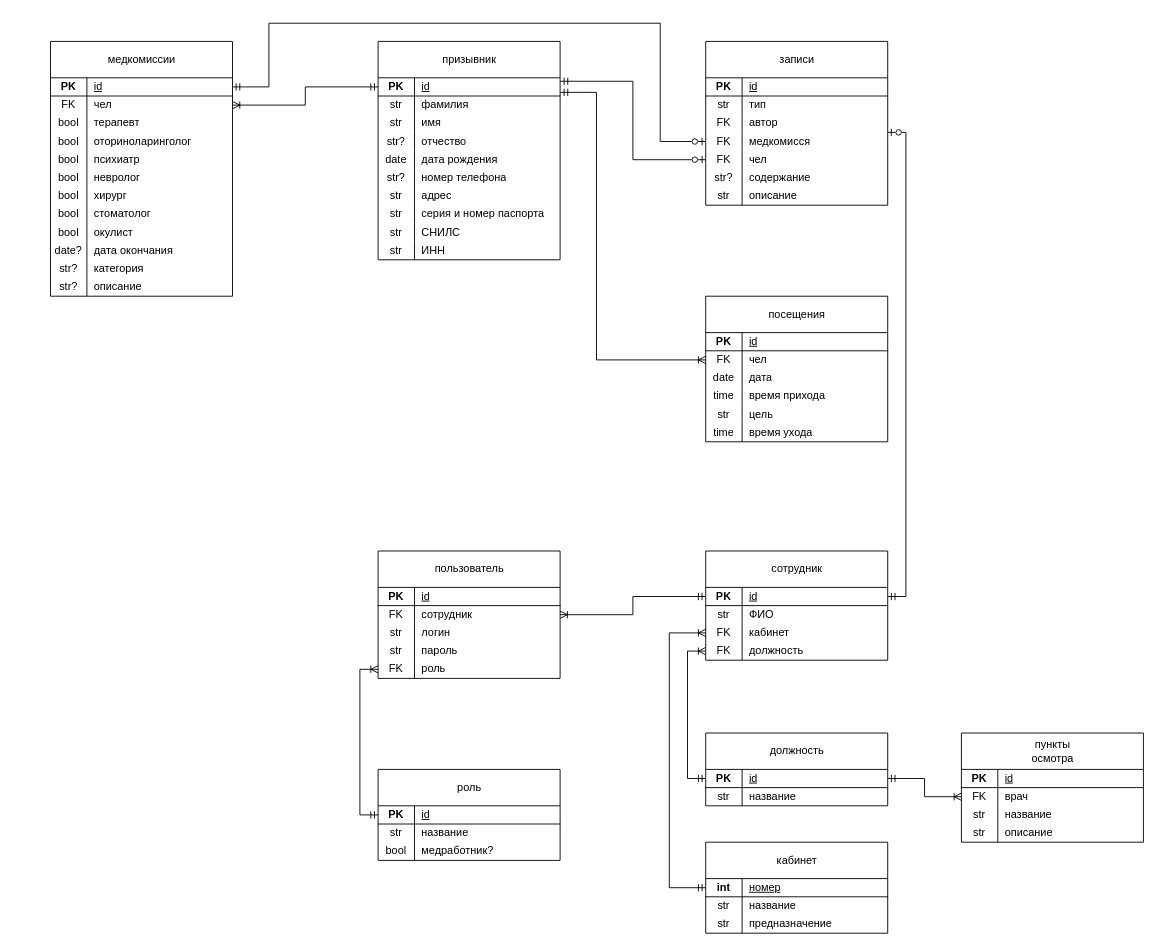
The draw.io diagram теоретическая часть/схемы/er физическая.drawio in ChesniChok/voenkomat, before the edit. Source tidied: cells renumbered, new cells numbered last; positions are measured from the earlier drawing's top-left corner, leaving out a move shared by most shapes. Both pictures are drawn from the tidied source at 91%, with x=0, y=0 at pixel (50, 23).
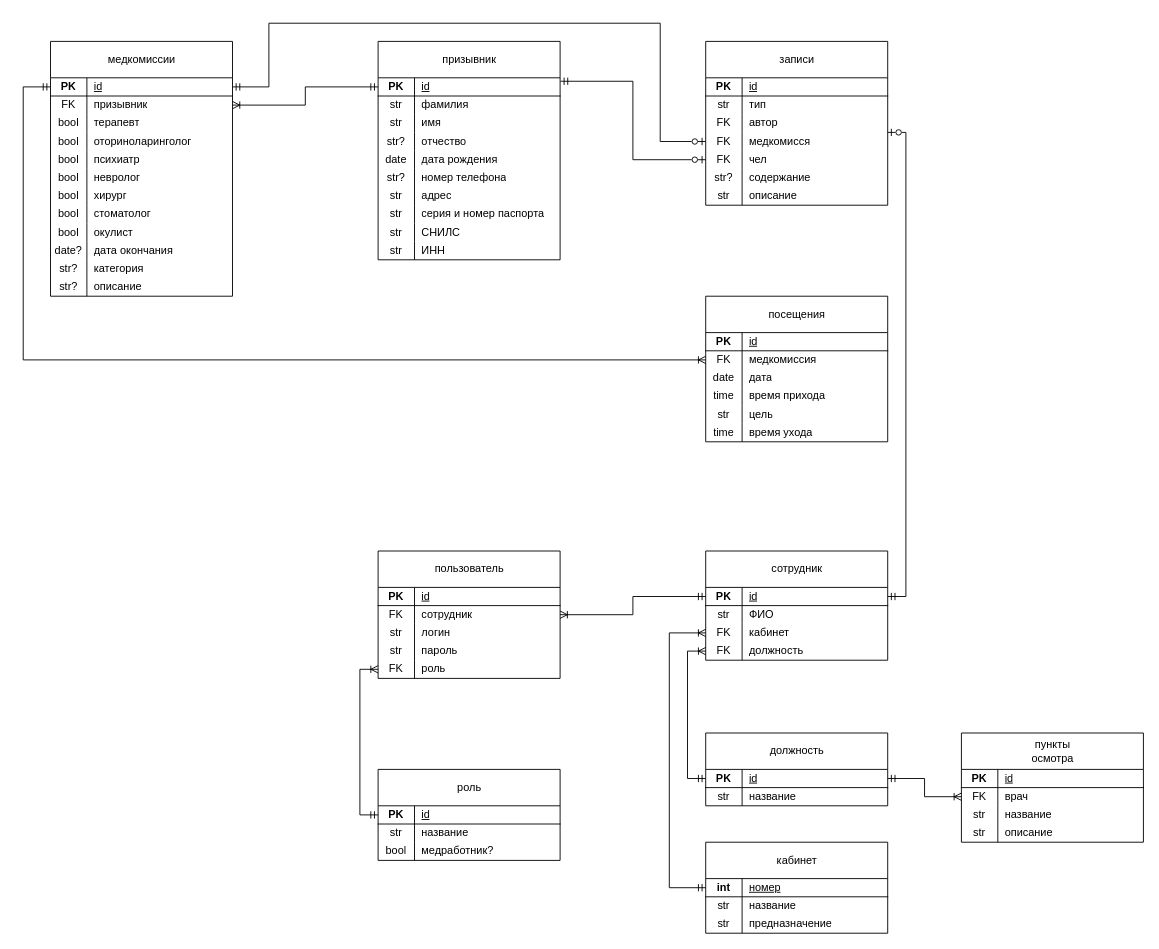
The same page after the edit.

Unchanged cells that the change refers to:
```xml
<mxCell id="3" style="shape=tableRow;horizontal=0;startSize=0;swimlaneHead=0;swimlaneBody=0;fillColor=none;points=[[0,0.5],[1,0.5]];portConstraint=eastwest;top=0;left=0;right=0;bottom=1;" parent="2" vertex="1">
  <mxGeometry y="40" width="200" height="20" as="geometry" />
</mxCell>
<mxCell id="6" style="shape=tableRow;horizontal=0;startSize=0;swimlaneHead=0;swimlaneBody=0;fillColor=none;points=[[0,0.5],[1,0.5]];portConstraint=eastwest;top=0;left=0;right=0;bottom=0;" parent="2" vertex="1">
  <mxGeometry y="60" width="200" height="20" as="geometry" />
</mxCell>
<mxCell id="40" style="shape=tableRow;horizontal=0;startSize=0;swimlaneHead=0;swimlaneBody=0;fillColor=none;points=[[0,0.5],[1,0.5]];portConstraint=eastwest;top=0;left=0;right=0;bottom=1;" parent="39" vertex="1">
  <mxGeometry y="40" width="200" height="20" as="geometry" />
</mxCell>
<mxCell id="96" style="shape=tableRow;horizontal=0;startSize=0;swimlaneHead=0;swimlaneBody=0;fillColor=none;points=[[0,0.5],[1,0.5]];portConstraint=eastwest;top=0;left=0;right=0;bottom=0;" parent="92" vertex="1">
  <mxGeometry y="60" width="200" height="20" as="geometry" />
</mxCell>
```

The edit, as a diff of the source:
```diff
@@
-    <mxCell id="8" value="чел" style="shape=partialRectangle;fillColor=none;top=0;left=0;bottom=0;right=0;align=left;spacingLeft=6;overflow=hidden;whiteSpace=wrap;html=1;" parent="6" vertex="1">
+    <mxCell id="8" value="призывник" style="shape=partialRectangle;fillColor=none;top=0;left=0;bottom=0;right=0;align=left;spacingLeft=6;overflow=hidden;whiteSpace=wrap;html=1;" parent="6" vertex="1">
       <mxGeometry x="40" width="160" height="20" as="geometry" />
     </mxCell>
@@
-    <mxCell id="98" value="чел" style="shape=partialRectangle;fillColor=none;top=0;left=0;bottom=0;right=0;align=left;spacingLeft=6;overflow=hidden;whiteSpace=wrap;html=1;" parent="96" vertex="1">
+    <mxCell id="98" value="медкомиссия" style="shape=partialRectangle;fillColor=none;top=0;left=0;bottom=0;right=0;align=left;spacingLeft=6;overflow=hidden;whiteSpace=wrap;html=1;" parent="96" vertex="1">
       <mxGeometry x="40" width="160" height="20" as="geometry" />
     </mxCell>
@@
-    <mxCell id="170" style="edgeStyle=orthogonalEdgeStyle;rounded=0;jettySize=auto;html=1;entryX=0;entryY=0.5;entryDx=0;entryDy=0;endArrow=ERoneToMany;endFill=0;startArrow=ERmandOne;startFill=0;exitX=1.002;exitY=0.799;exitDx=0;exitDy=0;exitPerimeter=0;" parent="1" edge="1" source="40" target="96">
+    <mxCell id="170" style="edgeStyle=orthogonalEdgeStyle;rounded=0;jettySize=auto;html=1;entryX=0;entryY=0.5;entryDx=0;entryDy=0;endArrow=ERoneToMany;endFill=0;startArrow=ERmandOne;startFill=0;exitX=0;exitY=0.5;exitDx=0;exitDy=0;" parent="1" edge="1" source="3" target="96">
       <mxGeometry relative="1" as="geometry">
         <Array as="points">
-          <mxPoint x="600" y="76" />
-          <mxPoint x="600" y="370" />
+          <mxPoint x="-30" y="70" />
+          <mxPoint x="-30" y="370" />
         </Array>
       </mxGeometry>
     </mxCell>
```
